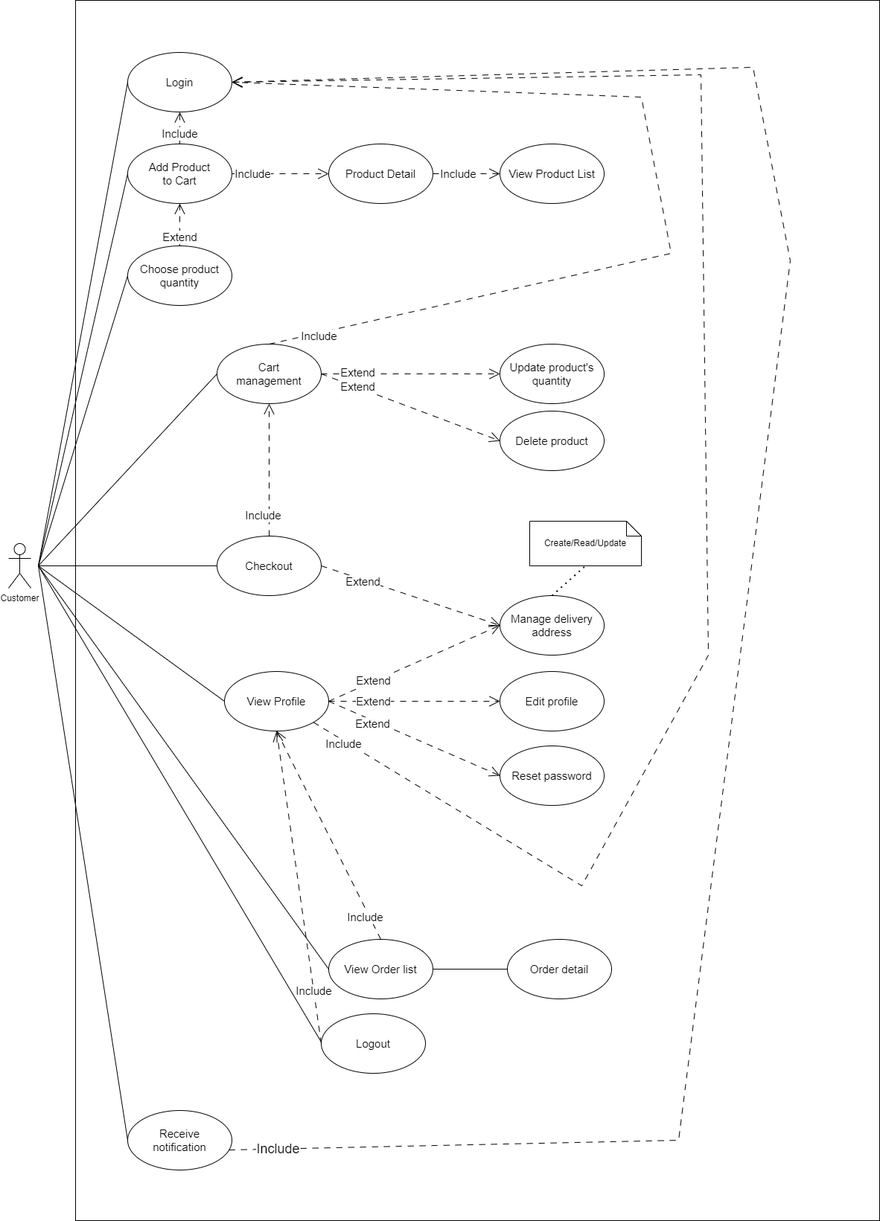
Above: document/SDS/Use Case Diagram/Customer_Use_Case_Diagram.drawio.png in QuocZuong/perfume-store (draw.io), before the change. Source tidied: cells renumbered, new cells last; positions are measured from the earlier drawing's top-left corner, leaving out a move shared by most shapes.
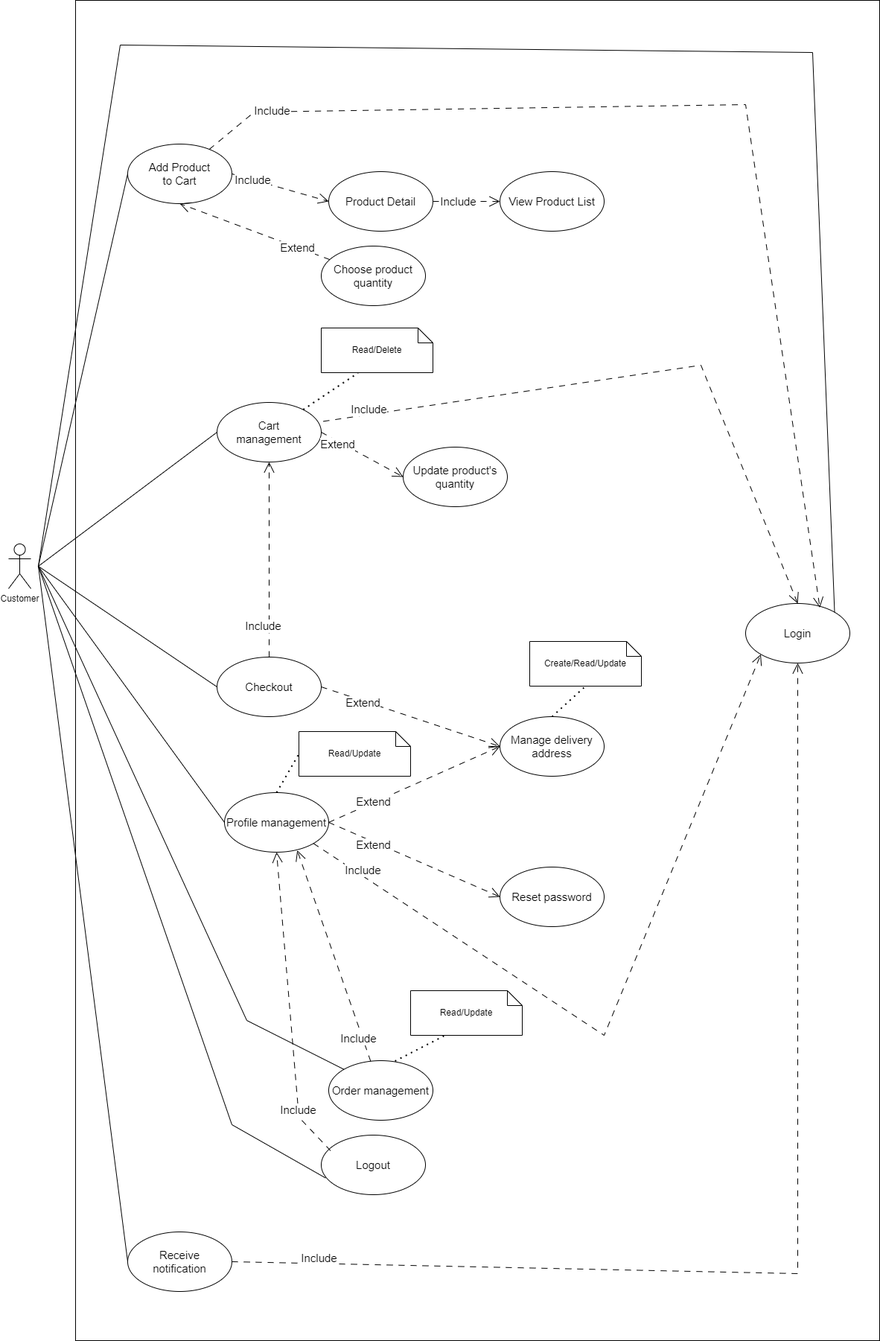
The same file after the commit.

Commit message:
Add use case diagram

Diff of the diagram source:
```diff
@@ -6,52 +6,43 @@
       <mxGeometry y="730" width="30" height="60" as="geometry" />
     </mxCell>
     <mxCell id="3" style="rounded=0;whiteSpace=wrap;html=1;" parent="1" vertex="1">
-      <mxGeometry x="90" width="1080" height="1640" as="geometry" />
+      <mxGeometry x="90" width="1080" height="1800" as="geometry" />
     </mxCell>
     <mxCell id="4" value="Login" style="ellipse;whiteSpace=wrap;html=1;fontSize=15;" parent="1" vertex="1">
-      <mxGeometry x="160" y="70" width="140" height="80" as="geometry" />
+      <mxGeometry x="990" y="810" width="140" height="80" as="geometry" />
     </mxCell>
     <mxCell id="5" value="Add Product &lt;br&gt;to Cart" style="ellipse;whiteSpace=wrap;html=1;fontSize=15;" parent="1" vertex="1">
       <mxGeometry x="160" y="193" width="140" height="80" as="geometry" />
     </mxCell>
     <mxCell id="6" value="Cart &lt;br&gt;management" style="ellipse;whiteSpace=wrap;html=1;fontSize=15;" parent="1" vertex="1">
-      <mxGeometry x="280" y="462" width="140" height="80" as="geometry" />
+      <mxGeometry x="280" y="540" width="140" height="80" as="geometry" />
     </mxCell>
     <mxCell id="7" value="Update product's quantity" style="ellipse;whiteSpace=wrap;html=1;fontSize=15;" parent="1" vertex="1">
-      <mxGeometry x="660" y="462" width="140" height="80" as="geometry" />
+      <mxGeometry x="530" y="600" width="140" height="80" as="geometry" />
     </mxCell>
-    <mxCell id="8" value="Delete product" style="ellipse;whiteSpace=wrap;html=1;fontSize=15;" parent="1" vertex="1">
-      <mxGeometry x="660" y="552" width="140" height="80" as="geometry" />
-    </mxCell>
     <mxCell id="9" value="Product Detail" style="ellipse;whiteSpace=wrap;html=1;fontSize=15;" parent="1" vertex="1">
-      <mxGeometry x="430" y="193" width="140" height="80" as="geometry" />
+      <mxGeometry x="430" y="230" width="140" height="80" as="geometry" />
     </mxCell>
     <mxCell id="10" value="View Product List" style="ellipse;whiteSpace=wrap;html=1;fontSize=15;" parent="1" vertex="1">
-      <mxGeometry x="660" y="193" width="140" height="80" as="geometry" />
+      <mxGeometry x="660" y="230" width="140" height="80" as="geometry" />
     </mxCell>
-    <mxCell id="11" value="View Profile" style="ellipse;whiteSpace=wrap;html=1;fontSize=15;" parent="1" vertex="1">
-      <mxGeometry x="290" y="902" width="140" height="80" as="geometry" />
+    <mxCell id="11" value="Profile management" style="ellipse;whiteSpace=wrap;html=1;fontSize=15;" parent="1" vertex="1">
+      <mxGeometry x="290" y="1064" width="140" height="80" as="geometry" />
     </mxCell>
-    <mxCell id="12" value="Edit profile" style="ellipse;whiteSpace=wrap;html=1;fontSize=15;" parent="1" vertex="1">
-      <mxGeometry x="660" y="902" width="140" height="80" as="geometry" />
-    </mxCell>
     <mxCell id="13" value="Reset password" style="ellipse;whiteSpace=wrap;html=1;fontSize=15;" parent="1" vertex="1">
-      <mxGeometry x="660" y="1002" width="140" height="80" as="geometry" />
+      <mxGeometry x="660" y="1164" width="140" height="80" as="geometry" />
     </mxCell>
     <mxCell id="14" value="Logout" style="ellipse;whiteSpace=wrap;html=1;fontSize=15;" parent="1" vertex="1">
-      <mxGeometry x="420" y="1362" width="140" height="80" as="geometry" />
+      <mxGeometry x="420" y="1524" width="140" height="80" as="geometry" />
     </mxCell>
-    <mxCell id="15" value="View Order list" style="ellipse;whiteSpace=wrap;html=1;fontSize=15;" parent="1" vertex="1">
-      <mxGeometry x="430" y="1262" width="140" height="80" as="geometry" />
+    <mxCell id="15" value="Order management" style="ellipse;whiteSpace=wrap;html=1;fontSize=15;" parent="1" vertex="1">
+      <mxGeometry x="430" y="1424" width="140" height="80" as="geometry" />
     </mxCell>
-    <mxCell id="16" value="Order detail" style="ellipse;whiteSpace=wrap;html=1;fontSize=15;" parent="1" vertex="1">
-      <mxGeometry x="670" y="1262" width="140" height="80" as="geometry" />
-    </mxCell>
     <mxCell id="17" value="Checkout" style="ellipse;whiteSpace=wrap;html=1;fontSize=15;" parent="1" vertex="1">
-      <mxGeometry x="280" y="720" width="140" height="80" as="geometry" />
+      <mxGeometry x="280" y="882" width="140" height="80" as="geometry" />
     </mxCell>
     <mxCell id="18" value="Manage delivery address" style="ellipse;whiteSpace=wrap;html=1;fontSize=15;" parent="1" vertex="1">
-      <mxGeometry x="660" y="800" width="140" height="80" as="geometry" />
+      <mxGeometry x="660" y="962" width="140" height="80" as="geometry" />
     </mxCell>
     <mxCell id="19" value="Extend" style="endArrow=open;html=1;rounded=0;exitX=1;exitY=0.5;exitDx=0;exitDy=0;entryX=0;entryY=0.5;entryDx=0;entryDy=0;endFill=0;endSize=12;dashed=1;dashPattern=8 8;fontSize=15;" parent="1" edge="1" source="17" target="18">
       <mxGeometry x="-0.52" y="-2" relative="1" as="geometry" />
@@ -59,42 +50,37 @@
     <mxCell id="20" value="Extend" style="endArrow=open;html=1;rounded=0;exitX=1;exitY=0.5;exitDx=0;exitDy=0;endFill=0;endSize=12;dashed=1;dashPattern=8 8;entryX=0;entryY=0.5;entryDx=0;entryDy=0;fontSize=15;" parent="1" edge="1" source="11" target="18">
       <mxGeometry x="-0.47" y="1" relative="1" as="geometry" />
     </mxCell>
-    <mxCell id="21" value="Extend" style="endArrow=open;html=1;rounded=0;exitX=1;exitY=0.5;exitDx=0;exitDy=0;endFill=0;endSize=12;dashed=1;dashPattern=8 8;entryX=0;entryY=0.5;entryDx=0;entryDy=0;fontSize=15;" parent="1" edge="1" source="11" target="12">
-      <mxGeometry x="-0.48" relative="1" as="geometry" />
-    </mxCell>
     <mxCell id="22" value="Extend" style="endArrow=open;html=1;rounded=0;endFill=0;endSize=12;dashed=1;dashPattern=8 8;entryX=0;entryY=0.5;entryDx=0;entryDy=0;exitX=1;exitY=0.5;exitDx=0;exitDy=0;fontSize=15;" parent="1" edge="1" source="11" target="13">
       <mxGeometry x="-0.47" y="-4" relative="1" as="geometry" />
     </mxCell>
-    <mxCell id="23" style="endArrow=none;html=1;rounded=0;entryX=0;entryY=0.5;entryDx=0;entryDy=0;exitX=1;exitY=0.5;exitDx=0;exitDy=0;" parent="1" edge="1" source="15" target="16">
-      <mxGeometry relative="1" as="geometry" />
-    </mxCell>
     <mxCell id="24" value="Include" style="endArrow=open;html=1;rounded=0;endFill=0;endSize=12;dashed=1;dashPattern=8 8;exitX=0.5;exitY=0;exitDx=0;exitDy=0;entryX=0.5;entryY=1;entryDx=0;entryDy=0;fontSize=15;" parent="1" edge="1" source="17" target="6">
       <mxGeometry x="-0.68" y="8" relative="1" as="geometry" />
     </mxCell>
     <mxCell id="25" value="Extend" style="endArrow=open;html=1;rounded=0;entryX=0;entryY=0.5;entryDx=0;entryDy=0;endFill=0;endSize=12;dashed=1;dashPattern=8 8;exitX=1;exitY=0.5;exitDx=0;exitDy=0;fontSize=15;" parent="1" edge="1" source="6" target="7">
-      <mxGeometry x="-0.58" y="2" relative="1" as="geometry">
+      <mxGeometry x="-0.56" y="-3" relative="1" as="geometry">
         <mxPoint x="-1" as="offset" />
       </mxGeometry>
     </mxCell>
-    <mxCell id="26" value="Extend" style="endArrow=open;html=1;rounded=0;entryX=0;entryY=0.5;entryDx=0;entryDy=0;endFill=0;endSize=12;dashed=1;dashPattern=8 8;exitX=1;exitY=0.5;exitDx=0;exitDy=0;fontSize=15;" parent="1" edge="1" source="6" target="8">
-      <mxGeometry x="-0.59" y="1" relative="1" as="geometry" />
-    </mxCell>
     <mxCell id="27" value="Include" style="endArrow=open;html=1;rounded=0;endFill=0;endSize=12;dashed=1;dashPattern=8 8;exitX=1;exitY=0.5;exitDx=0;exitDy=0;entryX=0;entryY=0.5;entryDx=0;entryDy=0;fontSize=15;" parent="1" edge="1" source="5" target="9">
       <mxGeometry x="-0.57" relative="1" as="geometry" />
     </mxCell>
     <mxCell id="28" value="Include" style="endArrow=open;html=1;rounded=0;endFill=0;endSize=12;dashed=1;dashPattern=8 8;exitX=1;exitY=0.5;exitDx=0;exitDy=0;entryX=0;entryY=0.5;entryDx=0;entryDy=0;fontSize=15;" parent="1" edge="1" source="9" target="10">
       <mxGeometry x="-0.25" relative="1" as="geometry" />
     </mxCell>
-    <mxCell id="29" value="Include" style="endArrow=open;html=1;rounded=0;endFill=0;endSize=12;dashed=1;dashPattern=8 8;exitX=0.5;exitY=0;exitDx=0;exitDy=0;entryX=0.5;entryY=1;entryDx=0;entryDy=0;fontSize=15;" parent="1" edge="1" source="15" target="11">
+    <mxCell id="29" value="Include" style="endArrow=open;html=1;rounded=0;endFill=0;endSize=12;dashed=1;dashPattern=8 8;entryX=0.698;entryY=0.968;entryDx=0;entryDy=0;fontSize=15;entryPerimeter=0;" parent="1" edge="1" source="15" target="11">
       <mxGeometry x="-0.77" y="4" relative="1" as="geometry">
         <mxPoint x="-1" as="offset" />
       </mxGeometry>
     </mxCell>
-    <mxCell id="30" value="Include" style="endArrow=open;html=1;rounded=0;endFill=0;endSize=12;dashed=1;dashPattern=8 8;exitX=0;exitY=0.5;exitDx=0;exitDy=0;entryX=0.5;entryY=1;entryDx=0;entryDy=0;fontSize=15;" parent="1" edge="1" source="14" target="11">
-      <mxGeometry x="-0.66" relative="1" as="geometry" />
+    <mxCell id="30" value="Include" style="endArrow=open;html=1;rounded=0;endFill=0;endSize=12;dashed=1;dashPattern=8 8;exitX=0.089;exitY=0.261;exitDx=0;exitDy=0;entryX=0.5;entryY=1;entryDx=0;entryDy=0;fontSize=15;exitPerimeter=0;" parent="1" edge="1" source="14" target="11">
+      <mxGeometry x="-0.66" relative="1" as="geometry">
+        <Array as="points">
+          <mxPoint x="390" y="1500" />
+        </Array>
+      </mxGeometry>
     </mxCell>
     <mxCell id="31" value="Receive &lt;br&gt;notification" style="ellipse;whiteSpace=wrap;html=1;fontSize=15;" parent="1" vertex="1">
-      <mxGeometry x="160" y="1492" width="140" height="80" as="geometry" />
+      <mxGeometry x="160" y="1654" width="140" height="80" as="geometry" />
     </mxCell>
     <mxCell id="32" style="endArrow=none;html=1;rounded=0;entryX=0;entryY=0.5;entryDx=0;entryDy=0;" parent="1" edge="1" target="5">
       <mxGeometry relative="1" as="geometry">
@@ -116,15 +102,20 @@
         <mxPoint x="40" y="760" as="sourcePoint" />
       </mxGeometry>
     </mxCell>
-    <mxCell id="36" style="endArrow=none;html=1;rounded=0;entryX=0;entryY=0.5;entryDx=0;entryDy=0;" parent="1" edge="1" target="15">
+    <mxCell id="36" style="endArrow=none;html=1;rounded=0;entryX=0.042;entryY=0.72;entryDx=0;entryDy=0;entryPerimeter=0;" parent="1" edge="1" target="14">
       <mxGeometry relative="1" as="geometry">
         <mxPoint x="40" y="760" as="sourcePoint" />
+        <Array as="points">
+          <mxPoint x="300" y="1510" />
+        </Array>
       </mxGeometry>
     </mxCell>
-    <mxCell id="37" style="endArrow=none;html=1;rounded=0;" parent="1" edge="1">
+    <mxCell id="37" style="endArrow=none;html=1;rounded=0;entryX=0;entryY=0;entryDx=0;entryDy=0;" parent="1" edge="1" target="15">
       <mxGeometry relative="1" as="geometry">
         <mxPoint x="40" y="760" as="sourcePoint" />
-        <mxPoint x="420" y="1400" as="targetPoint" />
+        <Array as="points">
+          <mxPoint x="320" y="1370" />
+        </Array>
       </mxGeometry>
     </mxCell>
     <mxCell id="38" style="endArrow=none;html=1;rounded=0;entryX=0;entryY=0.5;entryDx=0;entryDy=0;" parent="1" edge="1" target="31">
@@ -132,59 +123,73 @@
         <mxPoint x="40" y="760" as="sourcePoint" />
       </mxGeometry>
     </mxCell>
-    <mxCell id="39" style="endArrow=none;html=1;rounded=0;entryX=0;entryY=0.5;entryDx=0;entryDy=0;" parent="1" edge="1" target="4">
+    <mxCell id="39" style="endArrow=none;html=1;rounded=0;entryX=1;entryY=0;entryDx=0;entryDy=0;" parent="1" edge="1" target="4">
       <mxGeometry relative="1" as="geometry">
         <mxPoint x="40" y="760" as="sourcePoint" />
+        <Array as="points">
+          <mxPoint x="150" y="60" />
+          <mxPoint x="1080" y="70" />
+        </Array>
       </mxGeometry>
     </mxCell>
-    <mxCell id="40" value="Include" style="endArrow=open;html=1;rounded=0;endFill=0;endSize=12;dashed=1;dashPattern=8 8;exitX=0.5;exitY=0;exitDx=0;exitDy=0;entryX=0.5;entryY=1;entryDx=0;entryDy=0;fontSize=15;" parent="1" edge="1" source="5" target="4">
-      <mxGeometry x="-0.4" relative="1" as="geometry" />
-    </mxCell>
-    <mxCell id="41" value="Include" style="endArrow=open;html=1;rounded=0;endFill=0;endSize=12;dashed=1;dashPattern=8 8;exitX=0.5;exitY=0;exitDx=0;exitDy=0;entryX=1;entryY=0.5;entryDx=0;entryDy=0;fontSize=15;" parent="1" edge="1" source="6" target="4">
-      <mxGeometry x="-0.9" y="-4" relative="1" as="geometry">
-        <Array as="points">
-          <mxPoint x="890" y="340" />
-          <mxPoint x="850" y="130" />
-        </Array>
-      </mxGeometry>
-    </mxCell>
-    <mxCell id="42" value="Include" style="endArrow=open;html=1;rounded=0;endFill=0;endSize=12;dashed=1;dashPattern=8 8;exitX=1;exitY=1;exitDx=0;exitDy=0;fontSize=15;" parent="1" edge="1" source="11">
-      <mxGeometry x="-0.95" y="-4" relative="1" as="geometry">
-        <mxPoint x="300" y="110" as="targetPoint" />
-        <Array as="points">
-          <mxPoint x="770" y="1190" />
-          <mxPoint x="940" y="880" />
-          <mxPoint x="930" y="100" />
-        </Array>
-        <mxPoint y="-1" as="offset" />
-      </mxGeometry>
-    </mxCell>
-    <mxCell id="43" value="Include" style="endArrow=open;html=1;rounded=0;endFill=0;endSize=12;dashed=1;dashPattern=8 8;exitX=0.973;exitY=0.663;exitDx=0;exitDy=0;exitPerimeter=0;fontSize=18;" parent="1" edge="1" source="31">
-      <mxGeometry x="-0.95" relative="1" as="geometry">
-        <mxPoint x="300" y="110" as="targetPoint" />
-        <Array as="points">
-          <mxPoint x="900" y="1532" />
-          <mxPoint x="1050" y="350" />
-          <mxPoint x="1000" y="90" />
-        </Array>
-      </mxGeometry>
-    </mxCell>
     <mxCell id="44" value="Choose product quantity" style="ellipse;whiteSpace=wrap;html=1;fontSize=15;" parent="1" vertex="1">
-      <mxGeometry x="160" y="330" width="140" height="80" as="geometry" />
+      <mxGeometry x="420" y="330" width="140" height="80" as="geometry" />
     </mxCell>
-    <mxCell id="45" style="endArrow=none;html=1;rounded=0;entryX=0;entryY=0.5;entryDx=0;entryDy=0;" parent="1" edge="1" target="44">
-      <mxGeometry relative="1" as="geometry">
-        <mxPoint x="40" y="760" as="sourcePoint" />
-      </mxGeometry>
-    </mxCell>
     <mxCell id="46" value="Extend" style="endArrow=open;html=1;rounded=0;endFill=0;endSize=12;dashed=1;dashPattern=8 8;entryX=0.5;entryY=1;entryDx=0;entryDy=0;fontSize=15;" parent="1" edge="1" source="44" target="5">
       <mxGeometry x="-0.57" relative="1" as="geometry" />
     </mxCell>
     <mxCell id="47" value="Create/Read/Update" style="shape=note;size=20;whiteSpace=wrap;html=1;" parent="1" vertex="1">
-      <mxGeometry x="700" y="700" width="150" height="60" as="geometry" />
+      <mxGeometry x="700" y="861" width="150" height="60" as="geometry" />
     </mxCell>
     <mxCell id="48" style="endArrow=none;dashed=1;html=1;dashPattern=1 3;strokeWidth=2;rounded=0;entryX=0.5;entryY=1;entryDx=0;entryDy=0;entryPerimeter=0;exitX=0.5;exitY=0;exitDx=0;exitDy=0;" parent="1" edge="1" source="18" target="47">
       <mxGeometry relative="1" as="geometry" />
     </mxCell>
+    <mxCell id="40" value="Include" style="endArrow=open;html=1;rounded=0;endFill=0;endSize=12;dashed=1;dashPattern=8 8;fontSize=15;entryX=0.712;entryY=0.07;entryDx=0;entryDy=0;entryPerimeter=0;" parent="1" edge="1" source="5" target="4">
+      <mxGeometry x="-0.86" y="2" relative="1" as="geometry">
+        <Array as="points">
+          <mxPoint x="330" y="150" />
+          <mxPoint x="990" y="140" />
+        </Array>
+      </mxGeometry>
+    </mxCell>
+    <mxCell id="49" value="Read/Delete" style="shape=note;size=20;whiteSpace=wrap;html=1;" parent="1" vertex="1">
+      <mxGeometry x="420" y="440" width="150" height="60" as="geometry" />
+    </mxCell>
+    <mxCell id="50" style="endArrow=none;dashed=1;html=1;dashPattern=1 3;strokeWidth=2;rounded=0;entryX=0.328;entryY=1.009;entryDx=0;entryDy=0;entryPerimeter=0;" parent="1" edge="1" source="6" target="49">
+      <mxGeometry relative="1" as="geometry" />
+    </mxCell>
+    <mxCell id="41" value="Include" style="endArrow=open;html=1;rounded=0;endFill=0;endSize=12;dashed=1;dashPattern=8 8;exitX=1.021;exitY=0.317;exitDx=0;exitDy=0;entryX=0.5;entryY=0;entryDx=0;entryDy=0;fontSize=15;exitPerimeter=0;" parent="1" edge="1" source="6" target="4">
+      <mxGeometry x="-0.85" y="7" relative="1" as="geometry">
+        <Array as="points">
+          <mxPoint x="930" y="490" />
+        </Array>
+      </mxGeometry>
+    </mxCell>
+    <mxCell id="51" value="Include" style="endArrow=open;html=1;rounded=0;endFill=0;endSize=12;dashed=1;dashPattern=8 8;exitX=1;exitY=1;exitDx=0;exitDy=0;entryX=0;entryY=1;entryDx=0;entryDy=0;fontSize=15;" parent="1" edge="1" source="11" target="4">
+      <mxGeometry x="-0.85" y="7" relative="1" as="geometry">
+        <Array as="points">
+          <mxPoint x="800" y="1390" />
+        </Array>
+      </mxGeometry>
+    </mxCell>
+    <mxCell id="52" value="Include" style="endArrow=open;html=1;rounded=0;endFill=0;endSize=12;dashed=1;dashPattern=8 8;exitX=1;exitY=0.5;exitDx=0;exitDy=0;entryX=0.5;entryY=1;entryDx=0;entryDy=0;fontSize=15;" parent="1" edge="1" source="31" target="4">
+      <mxGeometry x="-0.85" y="7" relative="1" as="geometry">
+        <Array as="points">
+          <mxPoint x="1060" y="1710" />
+        </Array>
+      </mxGeometry>
+    </mxCell>
+    <mxCell id="53" value="Read/Update" style="shape=note;size=20;whiteSpace=wrap;html=1;" parent="1" vertex="1">
+      <mxGeometry x="390" y="982" width="150" height="60" as="geometry" />
+    </mxCell>
+    <mxCell id="54" style="endArrow=none;dashed=1;html=1;dashPattern=1 3;strokeWidth=2;rounded=0;entryX=0;entryY=0.5;entryDx=0;entryDy=0;entryPerimeter=0;exitX=0.5;exitY=0;exitDx=0;exitDy=0;" parent="1" edge="1" source="11" target="53">
+      <mxGeometry relative="1" as="geometry" />
+    </mxCell>
+    <mxCell id="55" value="Read/Update" style="shape=note;size=20;whiteSpace=wrap;html=1;" parent="1" vertex="1">
+      <mxGeometry x="540" y="1330" width="150" height="60" as="geometry" />
+    </mxCell>
+    <mxCell id="56" style="endArrow=none;dashed=1;html=1;dashPattern=1 3;strokeWidth=2;rounded=0;entryX=0.303;entryY=1.009;entryDx=0;entryDy=0;entryPerimeter=0;exitX=0.636;exitY=0.007;exitDx=0;exitDy=0;exitPerimeter=0;" parent="1" edge="1" source="15" target="55">
+      <mxGeometry relative="1" as="geometry" />
+    </mxCell>
   </root>
 </mxGraphModel>
```
